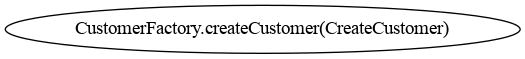
Above: shop-doc/img/shop_customercreation.png in pousse-cafe/pousse-cafe.github.io (Graphviz), before the change. Its source is kept beside it as shop-doc/img/shop_customercreation.dot. Its diagram source:
```dot
digraph {
splines=spline;
"CustomerFactory.createCustomer(CreateCustomer)"[shape=ellipse];
}
```
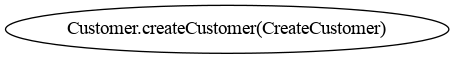
After the change.

Diff of the diagram source:
```diff
@@ -1,4 +1,4 @@
 digraph {
 splines=spline;
-"CustomerFactory.createCustomer(CreateCustomer)"[shape=ellipse];
+"Customer.createCustomer(CreateCustomer)"[shape=ellipse];
 }
```
